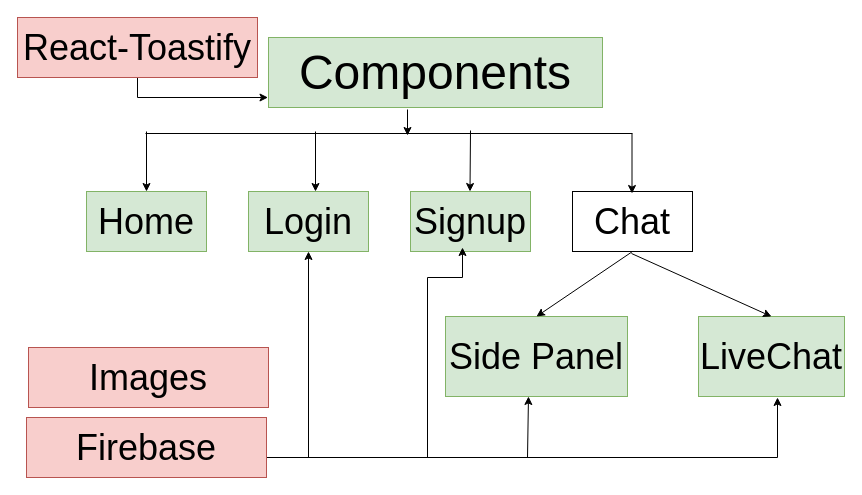
Earlier version of the draw.io diagram page "Page-4" (4 of 4) of Some Important Files/Untitled Diagram.drawio (TechCodingCamp/Muhammad-Haris). Source tidied: cells renumbered, new cells numbered last; positions are measured from the earlier drawing's top-left corner, leaving out a move shared by most shapes. Both pictures are drawn from the tidied source at 100%, with x=0, y=0 at pixel (17, 17).
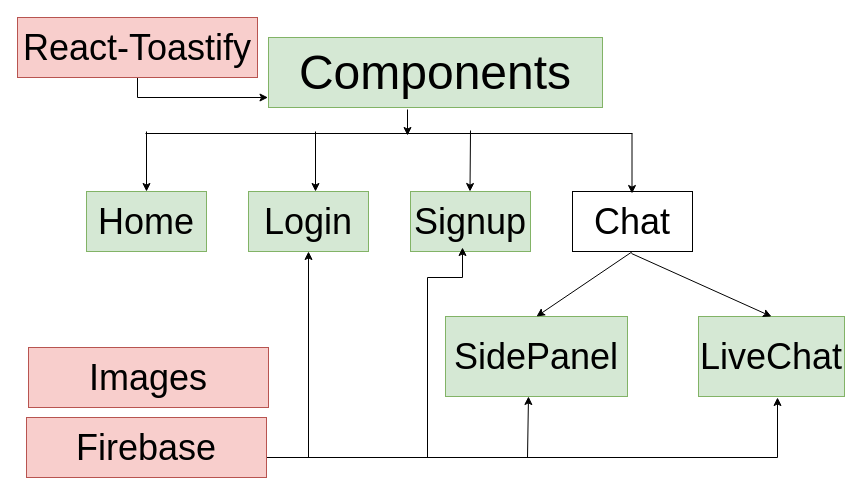
Above is the later version.

Change to the diagram source:
```diff
@@
-    <mxCell id="13" value="&lt;font style=&quot;font-size: 36px&quot;&gt;Side Panel&lt;/font&gt;" style="rounded=0;whiteSpace=wrap;html=1;fillColor=#d5e8d4;strokeColor=#82b366;" parent="1" vertex="1">
+    <mxCell id="13" value="&lt;font style=&quot;font-size: 36px&quot;&gt;SidePanel&lt;/font&gt;" style="rounded=0;whiteSpace=wrap;html=1;fillColor=#d5e8d4;strokeColor=#82b366;" parent="1" vertex="1">
       <mxGeometry x="428" y="299" width="182" height="80" as="geometry" />
     </mxCell>
```
